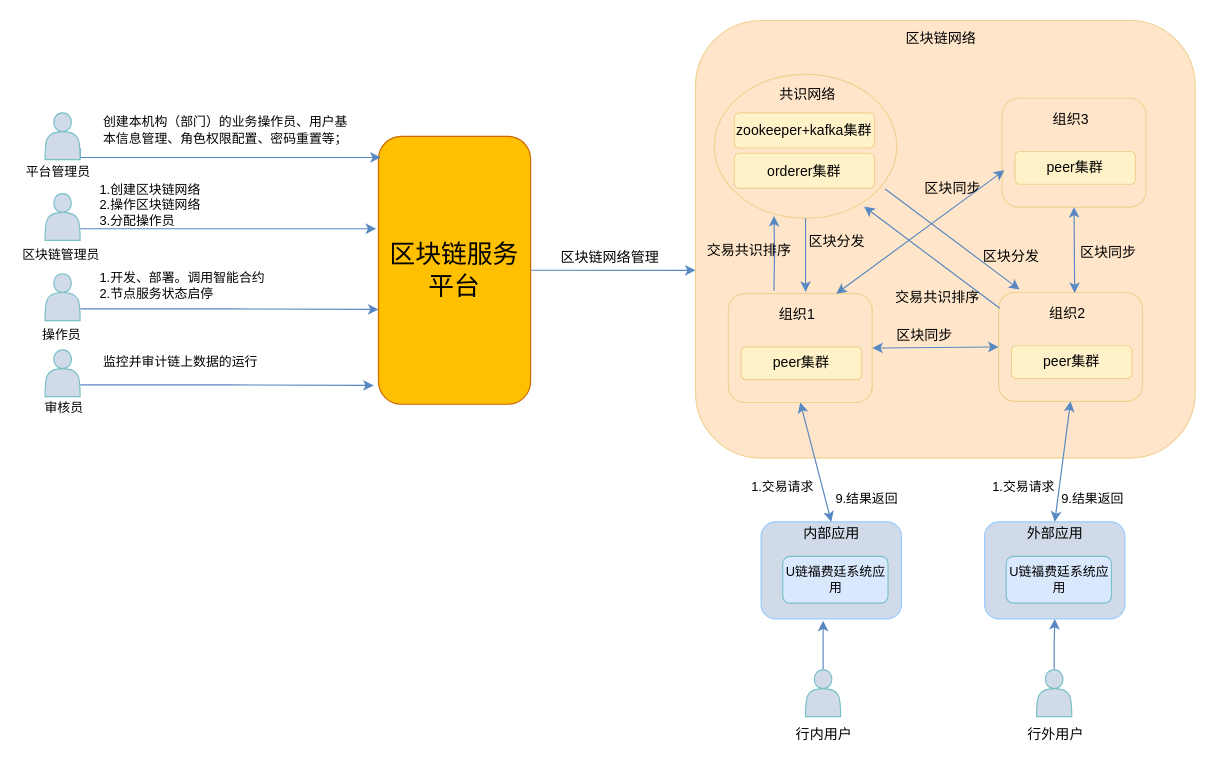
Above: repository/drawio/postb/系统上下文.drawio in dilide/collections (draw.io), before the change. Source tidied: cells renumbered, new cells numbered last; positions are measured from the earlier drawing's top-left corner, leaving out a move shared by most shapes. Both pictures are drawn from the tidied source at 117%, with x=0, y=0 at pixel (20, 20).
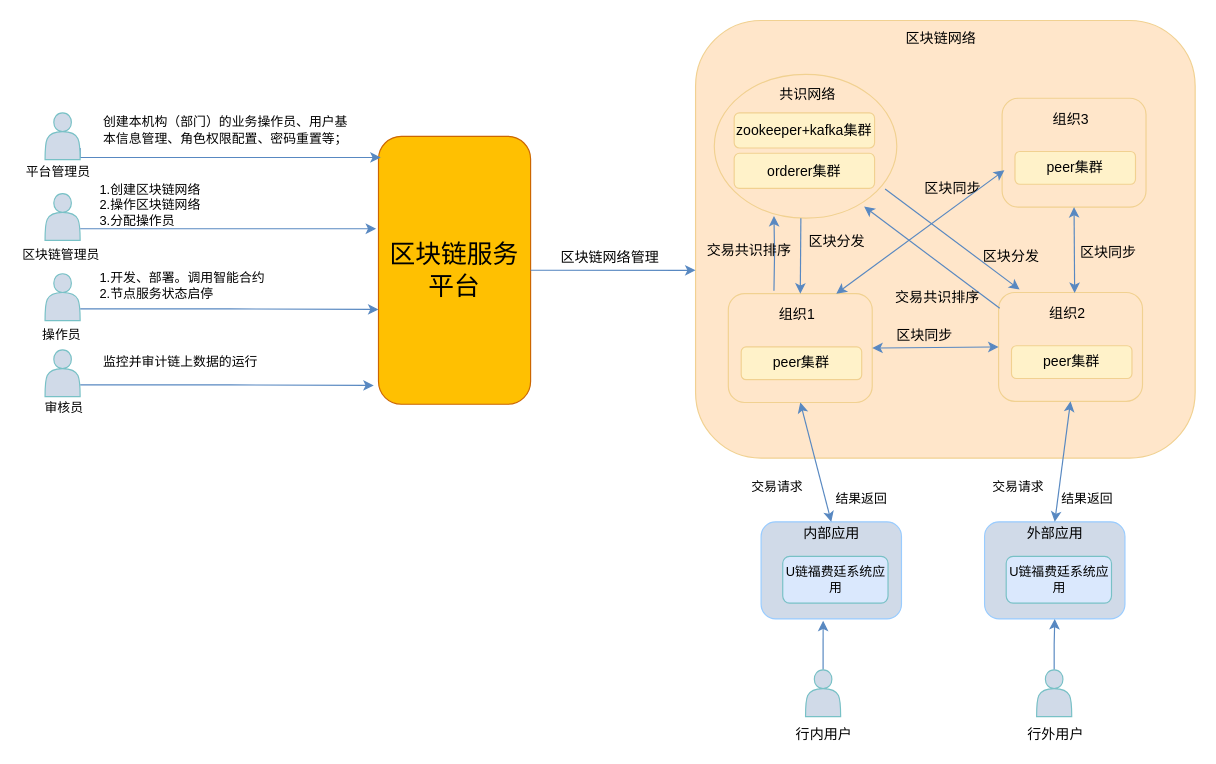
Above is the later version.

Commit message (it also covers changes not shown here):
Update 系统上下文.drawio

Unchanged cells that the change refers to:
```xml
<mxCell id="2" style="group;" parent="1" vertex="1">
  <mxGeometry x="577" width="427" height="511.5" as="geometry" />
</mxCell>
<mxCell id="18" style="rounded=1;whiteSpace=wrap;html=1;strokeColor=#F1D191;fillColor=none;fontSize=12;align=center;" parent="17" vertex="1">
  <mxGeometry width="123" height="93" as="geometry" />
</mxCell>
<mxCell id="30" style="ellipse;whiteSpace=wrap;html=1;rounded=1;strokeColor=#F1D191;fillColor=none;fontSize=12;align=center;" parent="29" vertex="1">
  <mxGeometry width="156" height="123" as="geometry" />
</mxCell>
```

What changed in the source:
```diff
@@
-    <mxCell id="5" value="1.交易请求" style="text;html=1;align=left;verticalAlign=top;spacingTop=-4;fontSize=11;" parent="2" vertex="1">
-      <mxGeometry x="46" y="389.5" width="70" height="10" as="geometry" />
+    <mxCell id="5" value="交易请求" style="text;html=1;align=left;verticalAlign=top;spacingTop=-4;fontSize=11;" parent="2" vertex="1">
+      <mxGeometry x="46" y="389.5" width="54" height="13" as="geometry" />
     </mxCell>
-    <mxCell id="6" value="9.结果返回" style="text;html=1;align=left;verticalAlign=top;spacingTop=-4;fontSize=11;" parent="2" vertex="1">
-      <mxGeometry x="118" y="399.5" width="70" height="10" as="geometry" />
+    <mxCell id="6" value="结果返回" style="text;html=1;align=left;verticalAlign=top;spacingTop=-4;fontSize=11;" parent="2" vertex="1">
+      <mxGeometry x="118" y="399.5" width="54" height="13" as="geometry" />
     </mxCell>
-    <mxCell id="7" value="1.交易请求" style="text;html=1;align=left;verticalAlign=top;spacingTop=-4;fontSize=11;" parent="2" vertex="1">
-      <mxGeometry x="251.5" y="389.5" width="70" height="10" as="geometry" />
+    <mxCell id="7" value="交易请求" style="text;html=1;align=left;verticalAlign=top;spacingTop=-4;fontSize=11;" parent="2" vertex="1">
+      <mxGeometry x="251.5" y="389.5" width="54" height="13" as="geometry" />
     </mxCell>
-    <mxCell id="8" value="9.结果返回" style="text;html=1;align=left;verticalAlign=top;spacingTop=-4;fontSize=11;" parent="2" vertex="1">
-      <mxGeometry x="310.5" y="399.5" width="70" height="10" as="geometry" />
+    <mxCell id="8" value="结果返回" style="text;html=1;align=left;verticalAlign=top;spacingTop=-4;fontSize=11;" parent="2" vertex="1">
+      <mxGeometry x="310.5" y="399.5" width="54" height="13" as="geometry" />
     </mxCell>
@@
-    <mxCell id="38" style="edgeStyle=orthogonalEdgeStyle;rounded=0;jettySize=auto;html=1;exitX=0.5;exitY=1;exitDx=0;exitDy=0;strokeColor=#5888C1;fontSize=12;" parent="2" edge="1" source="30">
-      <mxGeometry relative="1" as="geometry">
-        <mxPoint x="94" y="232" as="targetPoint" />
-      </mxGeometry>
-    </mxCell>
@@
+    <mxCell id="76" style="endArrow=classic;html=1;strokeColor=#5888C1;fontSize=12;entryX=0.5;entryY=0;entryDx=0;entryDy=0;" parent="2" edge="1" target="18">
+      <mxGeometry relative="1" as="geometry">
+        <mxPoint x="90" y="169" as="sourcePoint" />
+      </mxGeometry>
+    </mxCell>
```
